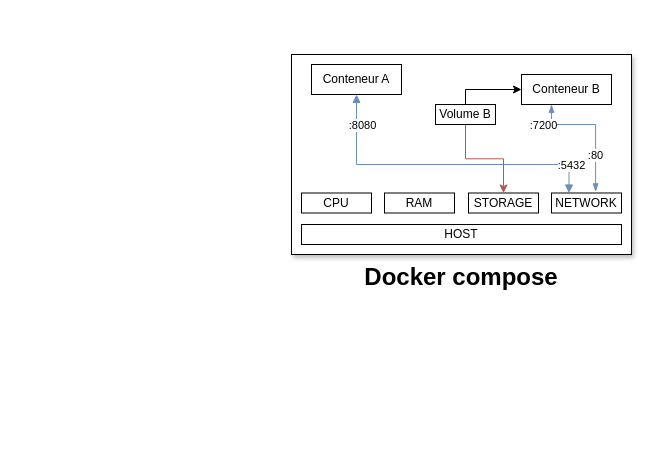
Earlier version of the draw.io diagram page "docker" (8 of 9) of doc/schemas/schema-composants.drawio (AntoineValette/projet_industriel). Source tidied: cells renumbered, new cells numbered last; positions are measured from the earlier drawing's top-left corner, leaving out a move shared by most shapes. Both pictures are drawn from the tidied source at 100%, with x=0, y=0 at pixel (291, 24).
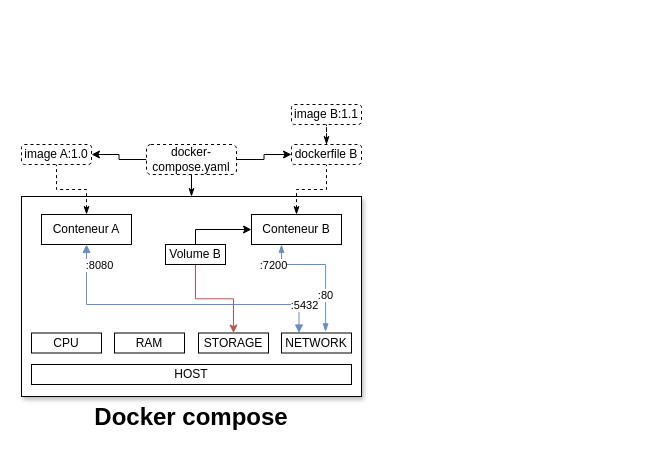
Above is the later version.

The edit, as a diff of the source:
```diff
@@
-    <mxCell id="2" style="group;" parent="1" vertex="1">
-      <mxGeometry width="340" height="272" as="geometry" />
-    </mxCell>
+    <mxCell id="23" style="group;" parent="1" vertex="1">
+      <mxGeometry x="-270" y="80" width="340" height="332" as="geometry" />
+    </mxCell>
-    <mxCell id="3" style="edgeStyle=orthogonalEdgeStyle;rounded=0;orthogonalLoop=1;jettySize=auto;html=1;exitX=0.5;exitY=1;exitDx=0;exitDy=0;" parent="2" edge="1">
+    <mxCell id="3" style="edgeStyle=orthogonalEdgeStyle;rounded=0;orthogonalLoop=1;jettySize=auto;html=1;exitX=0.5;exitY=1;exitDx=0;exitDy=0;" parent="23" edge="1">
       <mxGeometry relative="1" as="geometry">
-        <mxPoint x="170" as="sourcePoint" />
-        <mxPoint x="170" as="targetPoint" />
+        <mxPoint x="170" y="60" as="sourcePoint" />
+        <mxPoint x="170" y="60" as="targetPoint" />
       </mxGeometry>
     </mxCell>
-    <mxCell id="4" style="group;" parent="2" vertex="1">
-      <mxGeometry y="30" width="340" height="242" as="geometry" />
-    </mxCell>
-    <mxCell id="5" value="&lt;h1 style=&quot;margin-top: 0px;&quot;&gt;Docker compose&lt;/h1&gt;" style="text;html=1;whiteSpace=wrap;overflow=hidden;rounded=0;align=center;" parent="4" vertex="1">
-      <mxGeometry y="202" width="340" height="40" as="geometry" />
+    <mxCell id="5" value="&lt;h1 style=&quot;margin-top: 0px;&quot;&gt;Docker compose&lt;/h1&gt;" style="text;html=1;whiteSpace=wrap;overflow=hidden;rounded=0;align=center;" parent="23" vertex="1">
+      <mxGeometry y="292" width="340" height="40" as="geometry" />
     </mxCell>
+    <mxCell id="24" style="edgeStyle=orthogonalEdgeStyle;rounded=0;jettySize=auto;html=1;endArrow=none;endFill=0;startArrow=classicThin;startFill=1;" parent="23" edge="1" source="6" target="33">
+      <mxGeometry relative="1" as="geometry" />
+    </mxCell>
-    <mxCell id="6" style="whiteSpace=wrap;html=1;shadow=1;labelPosition=center;verticalLabelPosition=top;align=center;verticalAlign=bottom;textShadow=0;" parent="4" vertex="1">
-      <mxGeometry width="340" height="200" as="geometry" />
+    <mxCell id="6" style="whiteSpace=wrap;html=1;shadow=1;labelPosition=center;verticalLabelPosition=top;align=center;verticalAlign=bottom;textShadow=0;" parent="23" vertex="1">
+      <mxGeometry y="92" width="340" height="200" as="geometry" />
     </mxCell>
+    <mxCell id="25" style="edgeStyle=orthogonalEdgeStyle;rounded=0;jettySize=auto;html=1;entryX=0.5;entryY=1;entryDx=0;entryDy=0;dashed=1;endArrow=none;endFill=0;startArrow=classicThin;startFill=1;" parent="23" edge="1" source="7" target="29">
+      <mxGeometry relative="1" as="geometry" />
+    </mxCell>
-    <mxCell id="7" value="Conteneur A" style="whiteSpace=wrap;html=1;" parent="4" vertex="1">
-      <mxGeometry x="20" y="10" width="90" height="30" as="geometry" />
+    <mxCell id="7" value="Conteneur A" style="whiteSpace=wrap;html=1;" parent="23" vertex="1">
+      <mxGeometry x="20" y="110" width="90" height="30" as="geometry" />
     </mxCell>
-    <mxCell id="8" style="edgeStyle=orthogonalEdgeStyle;rounded=0;jettySize=auto;html=1;startArrow=blockThin;startFill=1;endArrow=blockThin;endFill=1;entryX=0.63;entryY=-0.057;entryDx=0;entryDy=0;entryPerimeter=0;fillColor=#dae8fc;strokeColor=#6c8ebf;" parent="4" edge="1" source="11" target="21">
+    <mxCell id="8" style="edgeStyle=orthogonalEdgeStyle;rounded=0;jettySize=auto;html=1;startArrow=blockThin;startFill=1;endArrow=blockThin;endFill=1;entryX=0.63;entryY=-0.057;entryDx=0;entryDy=0;entryPerimeter=0;fillColor=#dae8fc;strokeColor=#6c8ebf;" parent="23" edge="1" source="11" target="21">
       <mxGeometry relative="1" as="geometry">
         <Array as="points">
-          <mxPoint x="260" y="70" />
-          <mxPoint x="304" y="70" />
+          <mxPoint x="260" y="160" />
+          <mxPoint x="304" y="160" />
         </Array>
       </mxGeometry>
     </mxCell>
@@
+    <mxCell id="26" style="edgeStyle=orthogonalEdgeStyle;rounded=0;jettySize=auto;html=1;entryX=0.5;entryY=1;entryDx=0;entryDy=0;dashed=1;startArrow=classicThin;startFill=1;endArrow=none;endFill=0;" parent="23" edge="1" source="11" target="28">
+      <mxGeometry relative="1" as="geometry" />
+    </mxCell>
-    <mxCell id="11" value="Conteneur B" style="whiteSpace=wrap;html=1;" parent="4" vertex="1">
-      <mxGeometry x="230" y="20" width="90" height="30" as="geometry" />
+    <mxCell id="11" value="Conteneur B" style="whiteSpace=wrap;html=1;" parent="23" vertex="1">
+      <mxGeometry x="230" y="110" width="90" height="30" as="geometry" />
     </mxCell>
-    <mxCell id="12" style="edgeStyle=orthogonalEdgeStyle;rounded=0;jettySize=auto;html=1;exitX=0.5;exitY=1;exitDx=0;exitDy=0;startArrow=block;startFill=1;endArrow=block;endFill=1;entryX=0.25;entryY=0;entryDx=0;entryDy=0;fillColor=#dae8fc;strokeColor=#6c8ebf;" parent="4" edge="1" source="7" target="21">
+    <mxCell id="12" style="edgeStyle=orthogonalEdgeStyle;rounded=0;jettySize=auto;html=1;exitX=0.5;exitY=1;exitDx=0;exitDy=0;startArrow=block;startFill=1;endArrow=block;endFill=1;entryX=0.25;entryY=0;entryDx=0;entryDy=0;fillColor=#dae8fc;strokeColor=#6c8ebf;" parent="23" edge="1" source="7" target="21">
       <mxGeometry relative="1" as="geometry">
         <Array as="points">
-          <mxPoint x="65" y="110" />
-          <mxPoint x="278" y="110" />
+          <mxPoint x="65" y="200" />
+          <mxPoint x="278" y="200" />
         </Array>
       </mxGeometry>
     </mxCell>
@@
-    <mxCell id="15" style="edgeStyle=orthogonalEdgeStyle;rounded=0;jettySize=auto;html=1;entryX=0;entryY=0.5;entryDx=0;entryDy=0;exitX=0.5;exitY=0;exitDx=0;exitDy=0;" parent="4" edge="1" source="17" target="11">
+    <mxCell id="15" style="edgeStyle=orthogonalEdgeStyle;rounded=0;jettySize=auto;html=1;entryX=0;entryY=0.5;entryDx=0;entryDy=0;exitX=0.5;exitY=0;exitDx=0;exitDy=0;" parent="23" edge="1" source="17" target="11">
       <mxGeometry relative="1" as="geometry">
         <Array as="points">
-          <mxPoint x="174" y="35" />
+          <mxPoint x="174" y="125" />
         </Array>
       </mxGeometry>
     </mxCell>
-    <mxCell id="16" style="edgeStyle=orthogonalEdgeStyle;rounded=0;jettySize=auto;html=1;fillColor=#f8cecc;strokeColor=#b85450;" parent="4" edge="1" source="17" target="20">
+    <mxCell id="16" style="edgeStyle=orthogonalEdgeStyle;rounded=0;jettySize=auto;html=1;fillColor=#f8cecc;strokeColor=#b85450;" parent="23" edge="1" source="17" target="20">
       <mxGeometry relative="1" as="geometry" />
     </mxCell>
-    <mxCell id="17" value="Volume B" style="whiteSpace=wrap;html=1;" parent="4" vertex="1">
-      <mxGeometry x="144" y="50" width="60" height="20" as="geometry" />
+    <mxCell id="17" value="Volume B" style="whiteSpace=wrap;html=1;" parent="23" vertex="1">
+      <mxGeometry x="144" y="140" width="60" height="20" as="geometry" />
     </mxCell>
-    <mxCell id="18" value="CPU" style="whiteSpace=wrap;html=1;" parent="4" vertex="1">
-      <mxGeometry x="10" y="138.5" width="70" height="20" as="geometry" />
+    <mxCell id="18" value="CPU" style="whiteSpace=wrap;html=1;" parent="23" vertex="1">
+      <mxGeometry x="10" y="228.5" width="70" height="20" as="geometry" />
     </mxCell>
-    <mxCell id="19" value="RAM" style="whiteSpace=wrap;html=1;" parent="4" vertex="1">
-      <mxGeometry x="93" y="138.5" width="70" height="20" as="geometry" />
+    <mxCell id="19" value="RAM" style="whiteSpace=wrap;html=1;" parent="23" vertex="1">
+      <mxGeometry x="93" y="228.5" width="70" height="20" as="geometry" />
     </mxCell>
-    <mxCell id="20" value="STORAGE" style="whiteSpace=wrap;html=1;" parent="4" vertex="1">
-      <mxGeometry x="177" y="138.5" width="70" height="20" as="geometry" />
+    <mxCell id="20" value="STORAGE" style="whiteSpace=wrap;html=1;" parent="23" vertex="1">
+      <mxGeometry x="177" y="228.5" width="70" height="20" as="geometry" />
     </mxCell>
-    <mxCell id="21" value="NETWORK" style="whiteSpace=wrap;html=1;" parent="4" vertex="1">
-      <mxGeometry x="260" y="138.5" width="70" height="20" as="geometry" />
+    <mxCell id="21" value="NETWORK" style="whiteSpace=wrap;html=1;" parent="23" vertex="1">
+      <mxGeometry x="260" y="228.5" width="70" height="20" as="geometry" />
     </mxCell>
-    <mxCell id="22" value="HOST" style="whiteSpace=wrap;html=1;" parent="4" vertex="1">
-      <mxGeometry x="10" y="170" width="320" height="20" as="geometry" />
+    <mxCell id="22" value="HOST" style="whiteSpace=wrap;html=1;" parent="23" vertex="1">
+      <mxGeometry x="10" y="260" width="320" height="20" as="geometry" />
     </mxCell>
+    <mxCell id="27" style="edgeStyle=orthogonalEdgeStyle;rounded=0;jettySize=auto;html=1;entryX=0.5;entryY=1;entryDx=0;entryDy=0;endArrow=none;endFill=0;dashed=1;startArrow=classicThin;startFill=1;" parent="23" edge="1" source="28" target="30">
+      <mxGeometry relative="1" as="geometry" />
+    </mxCell>
+    <mxCell id="28" value="dockerfile B" style="whiteSpace=wrap;html=1;dashed=1;rounded=1;" parent="23" vertex="1">
+      <mxGeometry x="270" y="40" width="70" height="20" as="geometry" />
+    </mxCell>
+    <mxCell id="29" value="image A:1.0" style="whiteSpace=wrap;html=1;dashed=1;rounded=1;" parent="23" vertex="1">
+      <mxGeometry y="40" width="70" height="20" as="geometry" />
+    </mxCell>
+    <mxCell id="30" value="image B:1.1" style="whiteSpace=wrap;html=1;dashed=1;rounded=1;" parent="23" vertex="1">
+      <mxGeometry x="270" width="70" height="20" as="geometry" />
+    </mxCell>
+    <mxCell id="31" style="edgeStyle=orthogonalEdgeStyle;rounded=0;jettySize=auto;html=1;entryX=1;entryY=0.5;entryDx=0;entryDy=0;" parent="23" edge="1" source="33" target="29">
+      <mxGeometry relative="1" as="geometry" />
+    </mxCell>
+    <mxCell id="32" style="edgeStyle=orthogonalEdgeStyle;rounded=0;jettySize=auto;html=1;exitX=1;exitY=0.5;exitDx=0;exitDy=0;entryX=0;entryY=0.5;entryDx=0;entryDy=0;" parent="23" edge="1" source="33" target="28">
+      <mxGeometry relative="1" as="geometry" />
+    </mxCell>
+    <mxCell id="33" value="docker-compose.yaml" style="whiteSpace=wrap;html=1;dashed=1;rounded=1;" parent="23" vertex="1">
+      <mxGeometry x="125" y="40" width="90" height="30" as="geometry" />
+    </mxCell>
```
